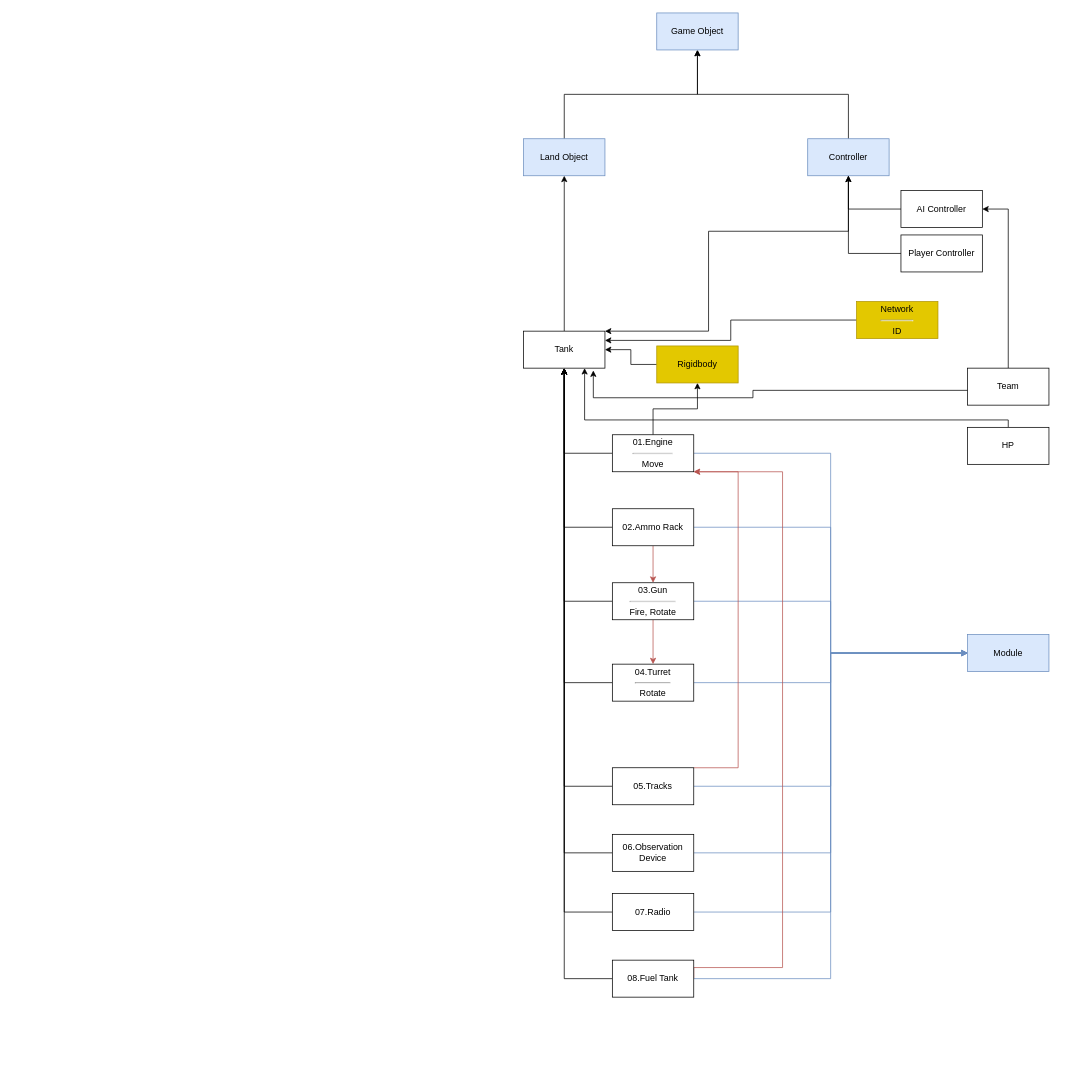
Before: 숙제/7개월차_3D/World of Tank/World of Tank.drawio in nevido2042/JUSIN_STUDY, a draw.io diagram. Source tidied: cells renumbered, new cells numbered last; positions are measured from the earlier drawing's top-left corner, leaving out a move shared by most shapes. Both pictures are drawn from the tidied source at 74%, with x=0, y=0 at pixel (523, 13).
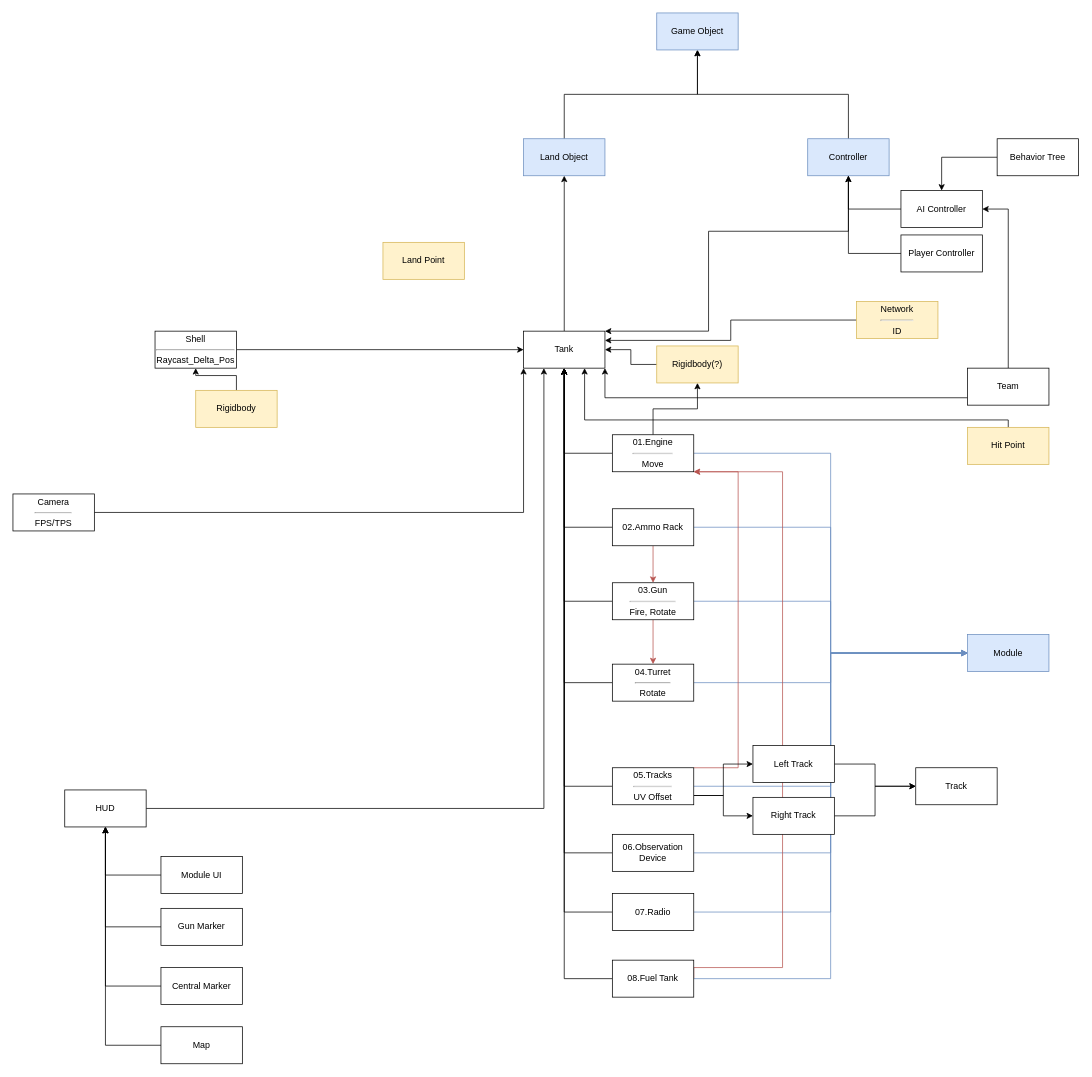
Above is the later version.

Unchanged cells that the change refers to:
```xml
<mxCell id="3" value="Tank" style="html=1;whiteSpace=wrap;noLabel=0;comic=0;" parent="1" vertex="1">
  <mxGeometry y="430" width="110" height="50" as="geometry" />
</mxCell>
<mxCell id="42" value="AI Controller" style="html=1;whiteSpace=wrap;comic=0;strokeColor=default;align=center;verticalAlign=middle;fontFamily=Helvetica;fontSize=12;fontColor=default;fillColor=default;" parent="1" vertex="1">
  <mxGeometry x="510" y="240" width="110" height="50" as="geometry" />
</mxCell>
<mxCell id="48" value="Team" style="html=1;whiteSpace=wrap;comic=0;strokeColor=default;align=center;verticalAlign=middle;fontFamily=Helvetica;fontSize=12;fontColor=default;fillColor=default;" parent="1" vertex="1">
  <mxGeometry x="600" y="480" width="110" height="50" as="geometry" />
</mxCell>
```

What changed in the source:
```diff
@@
+    <mxCell id="54" style="edgeStyle=orthogonalEdgeStyle;rounded=0;jettySize=auto;html=1;exitX=1;exitY=0.75;exitDx=0;exitDy=0;entryX=0;entryY=0.5;entryDx=0;entryDy=0;" parent="1" edge="1" source="26" target="61">
+      <mxGeometry relative="1" as="geometry" />
+    </mxCell>
+    <mxCell id="55" style="edgeStyle=orthogonalEdgeStyle;rounded=0;jettySize=auto;html=1;exitX=1;exitY=0.75;exitDx=0;exitDy=0;entryX=0;entryY=0.5;entryDx=0;entryDy=0;" parent="1" edge="1" source="26" target="63">
+      <mxGeometry relative="1" as="geometry" />
+    </mxCell>
-    <mxCell id="26" value="05.Tracks" style="html=1;whiteSpace=wrap;" parent="1" vertex="1">
+    <mxCell id="26" value="05.Tracks&lt;hr&gt;UV Offset" style="html=1;whiteSpace=wrap;" parent="1" vertex="1">
       <mxGeometry x="120" y="1020" width="110" height="50" as="geometry" />
     </mxCell>
@@
-    <mxCell id="37" value="Rigidbody" style="html=1;whiteSpace=wrap;comic=0;strokeColor=#B09500;align=center;verticalAlign=middle;fontFamily=Helvetica;fontSize=12;fontColor=#000000;fillColor=#e3c800;" parent="1" vertex="1">
+    <mxCell id="37" value="Rigidbody(?)" style="html=1;whiteSpace=wrap;comic=0;strokeColor=#d6b656;align=center;verticalAlign=middle;fontFamily=Helvetica;fontSize=12;fillColor=#fff2cc;" parent="1" vertex="1">
       <mxGeometry x="180" y="450" width="110" height="50" as="geometry" />
     </mxCell>
@@
-    <mxCell id="46" value="Network&lt;div&gt;&lt;hr&gt;ID&lt;/div&gt;" style="html=1;whiteSpace=wrap;comic=0;strokeColor=#B09500;align=center;verticalAlign=middle;fontFamily=Helvetica;fontSize=12;fontColor=#000000;fillColor=#e3c800;" parent="1" vertex="1">
+    <mxCell id="46" value="Network&lt;div&gt;&lt;hr&gt;ID&lt;/div&gt;" style="html=1;whiteSpace=wrap;comic=0;strokeColor=#d6b656;align=center;verticalAlign=middle;fontFamily=Helvetica;fontSize=12;fillColor=#fff2cc;" parent="1" vertex="1">
       <mxGeometry x="450" y="390" width="110" height="50" as="geometry" />
     </mxCell>
@@
+    <mxCell id="49" style="edgeStyle=orthogonalEdgeStyle;rounded=0;jettySize=auto;html=1;entryX=1;entryY=1;entryDx=0;entryDy=0;" parent="1" edge="1" source="48" target="3">
+      <mxGeometry relative="1" as="geometry">
+        <Array as="points">
+          <mxPoint x="110" y="520" />
+        </Array>
+      </mxGeometry>
+    </mxCell>
@@
-    <mxCell id="49" style="edgeStyle=orthogonalEdgeStyle;rounded=0;jettySize=auto;html=1;entryX=0.857;entryY=1.064;entryDx=0;entryDy=0;entryPerimeter=0;fontFamily=Helvetica;fontSize=12;fontColor=default;" parent="1" edge="1" source="48" target="3">
-      <mxGeometry relative="1" as="geometry">
-        <Array as="points">
-          <mxPoint x="310" y="510" />
-          <mxPoint x="310" y="520" />
-          <mxPoint x="94" y="520" />
-        </Array>
-      </mxGeometry>
-    </mxCell>
@@
-    <mxCell id="52" value="HP" style="html=1;whiteSpace=wrap;comic=0;strokeColor=default;align=center;verticalAlign=middle;fontFamily=Helvetica;fontSize=12;fontColor=default;fillColor=default;" parent="1" vertex="1">
+    <mxCell id="52" value="Hit Point" style="html=1;whiteSpace=wrap;comic=0;strokeColor=#d6b656;align=center;verticalAlign=middle;fontFamily=Helvetica;fontSize=12;fillColor=#fff2cc;" parent="1" vertex="1">
       <mxGeometry x="600" y="560" width="110" height="50" as="geometry" />
     </mxCell>
@@
+    <mxCell id="56" style="edgeStyle=orthogonalEdgeStyle;rounded=0;jettySize=auto;html=1;entryX=0;entryY=0.5;entryDx=0;entryDy=0;" parent="1" edge="1" source="57" target="3">
+      <mxGeometry relative="1" as="geometry" />
+    </mxCell>
+    <mxCell id="57" value="Shell&lt;hr&gt;Raycast_Delta_Pos" style="html=1;whiteSpace=wrap;noLabel=0;comic=0;" parent="1" vertex="1">
+      <mxGeometry x="-498" y="430" width="110" height="50" as="geometry" />
+    </mxCell>
+    <mxCell id="58" style="edgeStyle=orthogonalEdgeStyle;rounded=0;jettySize=auto;html=1;entryX=0.5;entryY=1;entryDx=0;entryDy=0;" parent="1" edge="1" source="59" target="57">
+      <mxGeometry relative="1" as="geometry" />
+    </mxCell>
+    <mxCell id="59" value="Rigidbody" style="html=1;whiteSpace=wrap;comic=0;strokeColor=#d6b656;align=center;verticalAlign=middle;fontFamily=Helvetica;fontSize=12;fillColor=#fff2cc;" parent="1" vertex="1">
+      <mxGeometry x="-443" y="510" width="110" height="50" as="geometry" />
+    </mxCell>
+    <mxCell id="60" style="edgeStyle=orthogonalEdgeStyle;rounded=0;jettySize=auto;html=1;entryX=0;entryY=0.5;entryDx=0;entryDy=0;" parent="1" edge="1" source="61" target="64">
+      <mxGeometry relative="1" as="geometry" />
+    </mxCell>
+    <mxCell id="61" value="Right Track" style="html=1;whiteSpace=wrap;" parent="1" vertex="1">
+      <mxGeometry x="310" y="1060" width="110" height="50" as="geometry" />
+    </mxCell>
+    <mxCell id="62" style="edgeStyle=orthogonalEdgeStyle;rounded=0;jettySize=auto;html=1;entryX=0;entryY=0.5;entryDx=0;entryDy=0;" parent="1" edge="1" source="63" target="64">
+      <mxGeometry relative="1" as="geometry" />
+    </mxCell>
+    <mxCell id="63" value="Left Track" style="html=1;whiteSpace=wrap;" parent="1" vertex="1">
+      <mxGeometry x="310" y="990" width="110" height="50" as="geometry" />
+    </mxCell>
+    <mxCell id="64" value="Track" style="html=1;whiteSpace=wrap;" parent="1" vertex="1">
+      <mxGeometry x="530" y="1020" width="110" height="50" as="geometry" />
+    </mxCell>
+    <mxCell id="65" style="edgeStyle=orthogonalEdgeStyle;rounded=0;jettySize=auto;html=1;entryX=0.5;entryY=0;entryDx=0;entryDy=0;" parent="1" edge="1" source="66" target="42">
+      <mxGeometry relative="1" as="geometry" />
+    </mxCell>
+    <mxCell id="66" value="Behavior Tree" style="html=1;whiteSpace=wrap;comic=0;strokeColor=default;align=center;verticalAlign=middle;fontFamily=Helvetica;fontSize=12;fontColor=default;fillColor=default;" parent="1" vertex="1">
+      <mxGeometry x="640" y="170" width="110" height="50" as="geometry" />
+    </mxCell>
+    <mxCell id="67" style="edgeStyle=orthogonalEdgeStyle;rounded=0;jettySize=auto;html=1;entryX=0.25;entryY=1;entryDx=0;entryDy=0;" parent="1" edge="1" source="68" target="3">
+      <mxGeometry relative="1" as="geometry" />
+    </mxCell>
+    <mxCell id="68" value="HUD" style="html=1;whiteSpace=wrap;noLabel=0;comic=0;" parent="1" vertex="1">
+      <mxGeometry x="-620" y="1050" width="110" height="50" as="geometry" />
+    </mxCell>
+    <mxCell id="69" style="edgeStyle=orthogonalEdgeStyle;rounded=0;jettySize=auto;html=1;entryX=0.5;entryY=1;entryDx=0;entryDy=0;" parent="1" edge="1" source="70" target="68">
+      <mxGeometry relative="1" as="geometry" />
+    </mxCell>
+    <mxCell id="70" value="Module UI" style="html=1;whiteSpace=wrap;noLabel=0;comic=0;" parent="1" vertex="1">
+      <mxGeometry x="-490" y="1140" width="110" height="50" as="geometry" />
+    </mxCell>
+    <mxCell id="71" style="edgeStyle=orthogonalEdgeStyle;rounded=0;jettySize=auto;html=1;entryX=0.5;entryY=1;entryDx=0;entryDy=0;" parent="1" edge="1" source="72" target="68">
+      <mxGeometry relative="1" as="geometry" />
+    </mxCell>
+    <mxCell id="72" value="Gun Marker" style="html=1;whiteSpace=wrap;noLabel=0;comic=0;" parent="1" vertex="1">
+      <mxGeometry x="-490" y="1210" width="110" height="50" as="geometry" />
+    </mxCell>
+    <mxCell id="73" style="edgeStyle=orthogonalEdgeStyle;rounded=0;jettySize=auto;html=1;entryX=0.5;entryY=1;entryDx=0;entryDy=0;" parent="1" edge="1" source="74" target="68">
+      <mxGeometry relative="1" as="geometry" />
+    </mxCell>
+    <mxCell id="74" value="Map" style="html=1;whiteSpace=wrap;noLabel=0;comic=0;" parent="1" vertex="1">
+      <mxGeometry x="-490" y="1370" width="110" height="50" as="geometry" />
+    </mxCell>
+    <mxCell id="75" style="edgeStyle=orthogonalEdgeStyle;rounded=0;jettySize=auto;html=1;entryX=0;entryY=1;entryDx=0;entryDy=0;" parent="1" edge="1" source="76" target="3">
+      <mxGeometry relative="1" as="geometry" />
+    </mxCell>
+    <mxCell id="76" value="Camera&lt;hr&gt;FPS/TPS" style="html=1;whiteSpace=wrap;noLabel=0;comic=0;" parent="1" vertex="1">
+      <mxGeometry x="-690" y="650" width="110" height="50" as="geometry" />
+    </mxCell>
+    <mxCell id="77" style="edgeStyle=orthogonalEdgeStyle;rounded=0;jettySize=auto;html=1;entryX=0.5;entryY=1;entryDx=0;entryDy=0;" parent="1" edge="1" source="78" target="68">
+      <mxGeometry relative="1" as="geometry" />
+    </mxCell>
+    <mxCell id="78" value="Central Marker" style="html=1;whiteSpace=wrap;noLabel=0;comic=0;" parent="1" vertex="1">
+      <mxGeometry x="-490" y="1290" width="110" height="50" as="geometry" />
+    </mxCell>
+    <mxCell id="79" value="Land Point" style="html=1;whiteSpace=wrap;noLabel=0;comic=0;fillColor=#fff2cc;strokeColor=#d6b656;" parent="1" vertex="1">
+      <mxGeometry x="-190" y="310" width="110" height="50" as="geometry" />
+    </mxCell>
```
